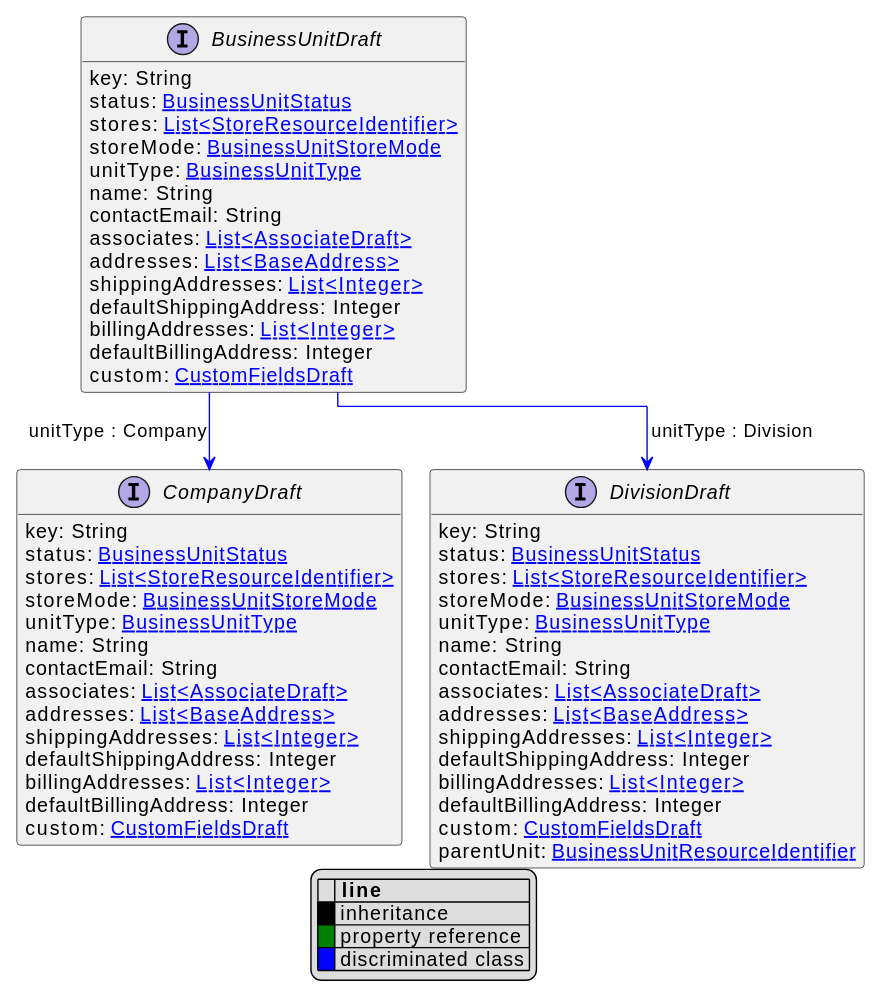
The PlantUML diagram uml/api/svg/BusinessUnitDraft.svg in commercetools/commercetools-api-reference, before a commit.
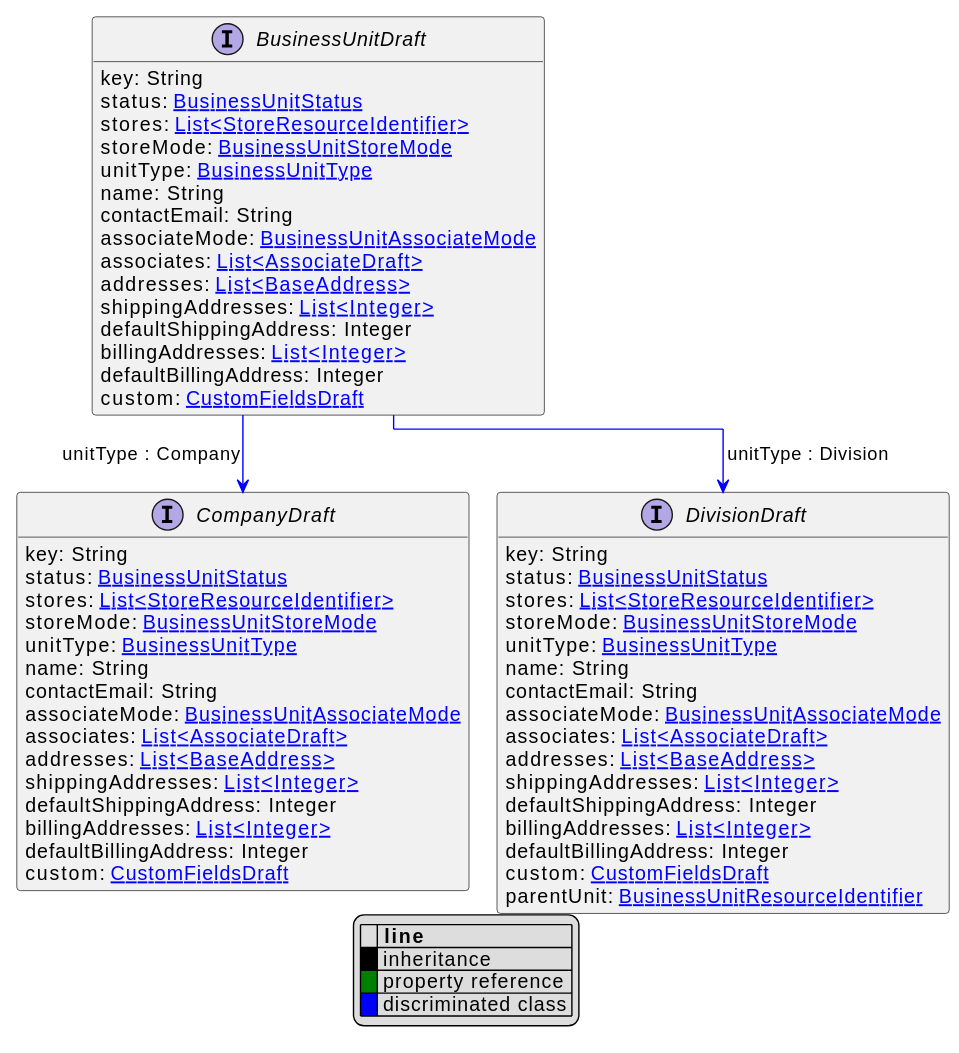
After the change.

What changed in the source:
```diff
@@ -16,6 +16,7 @@
     unitType: [[BusinessUnitType.svg BusinessUnitType]]
     name: String
     contactEmail: String
+    associateMode: [[BusinessUnitAssociateMode.svg BusinessUnitAssociateMode]]
     associates: [[AssociateDraft.svg List<AssociateDraft>]]
     addresses: [[BaseAddress.svg List<BaseAddress>]]
     shippingAddresses: [[Integer.svg List<Integer>]]
@@ -34,6 +35,7 @@
     unitType: [[BusinessUnitType.svg BusinessUnitType]]
     name: String
     contactEmail: String
+    associateMode: [[BusinessUnitAssociateMode.svg BusinessUnitAssociateMode]]
     associates: [[AssociateDraft.svg List<AssociateDraft>]]
     addresses: [[BaseAddress.svg List<BaseAddress>]]
     shippingAddresses: [[Integer.svg List<Integer>]]
@@ -50,6 +52,7 @@
     unitType: [[BusinessUnitType.svg BusinessUnitType]]
     name: String
     contactEmail: String
+    associateMode: [[BusinessUnitAssociateMode.svg BusinessUnitAssociateMode]]
     associates: [[AssociateDraft.svg List<AssociateDraft>]]
     addresses: [[BaseAddress.svg List<BaseAddress>]]
     shippingAddresses: [[Integer.svg List<Integer>]]
```
